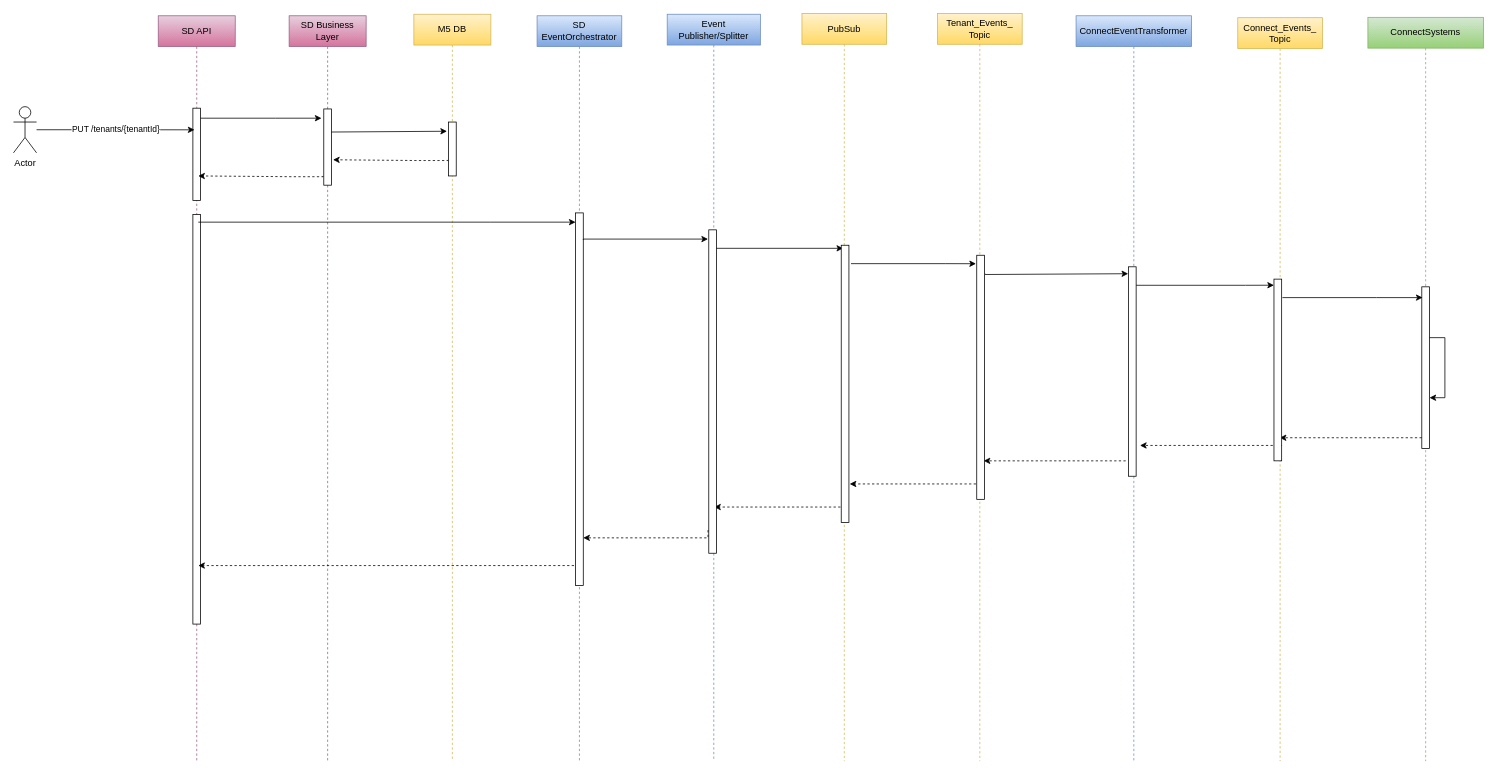
Above: TenantSequence.drawio in srinivaspuranamhyd/arc-diagrams (draw.io), before the change. Source tidied: cells renumbered, new cells numbered last; positions are measured from the earlier drawing's top-left corner, leaving out a move shared by most shapes. Both pictures are drawn from the tidied source at 77%, with x=0, y=0 at pixel (13, 13).
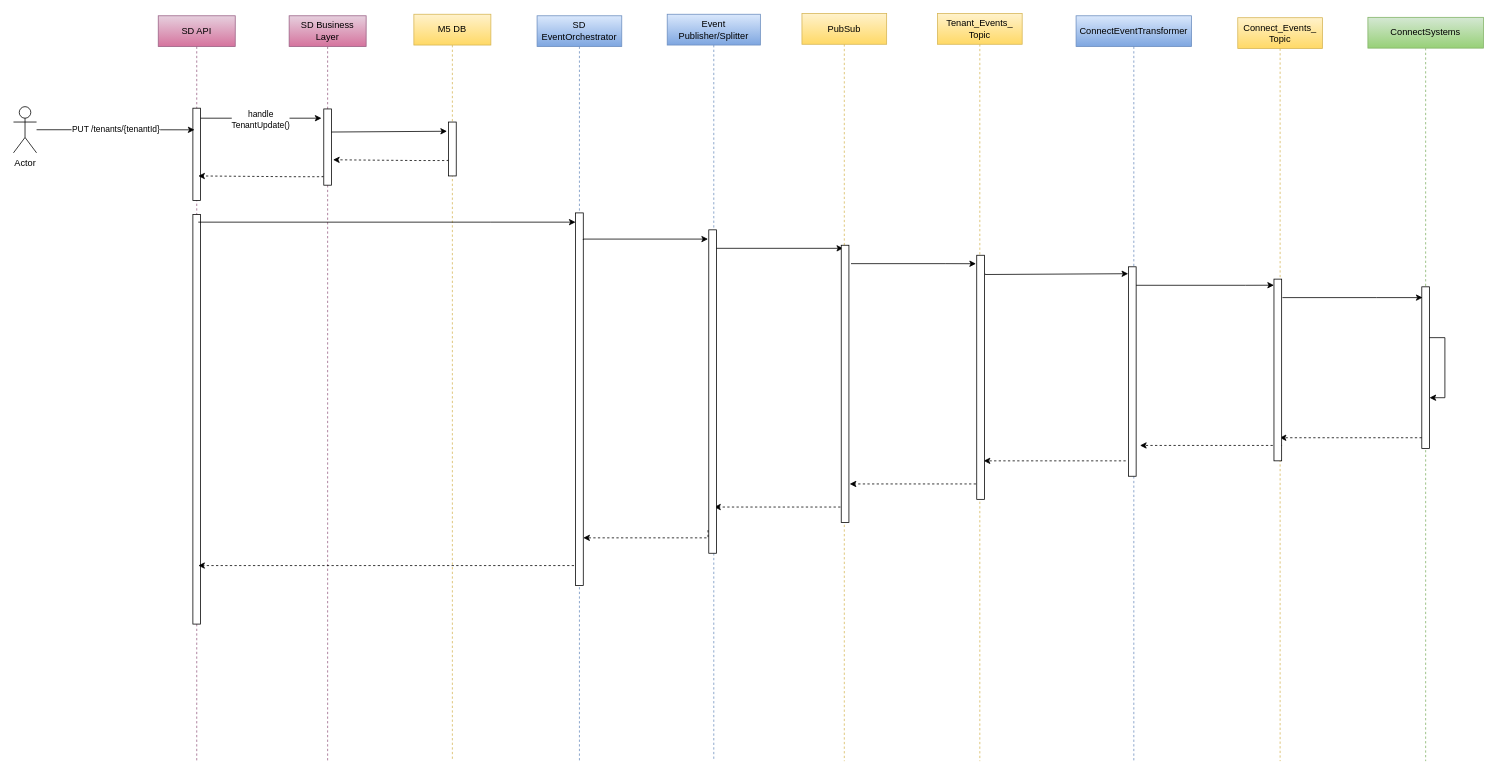
The same diagram, later.

The change refers to these unchanged cells:
```xml
<mxCell id="5" style="edgeStyle=orthogonalEdgeStyle;rounded=0;orthogonalLoop=1;jettySize=auto;html=1;" parent="1" edge="1">
  <mxGeometry relative="1" as="geometry">
    <mxPoint x="237.5" y="136" as="sourcePoint" />
    <mxPoint x="400" y="136" as="targetPoint" />
    <Array as="points">
      <mxPoint x="340" y="136" />
      <mxPoint x="340" y="136" />
    </Array>
  </mxGeometry>
</mxCell>
```

Diff of the diagram source:
```diff
@@
+    <mxCell id="44" value="handle&lt;br&gt;TenantUpdate()" style="edgeLabel;html=1;align=center;verticalAlign=middle;" parent="5" vertex="1">
+      <mxGeometry x="-0.14" y="-1" relative="1" as="geometry">
+        <mxPoint x="13" as="offset" />
+      </mxGeometry>
+    </mxCell>
```
